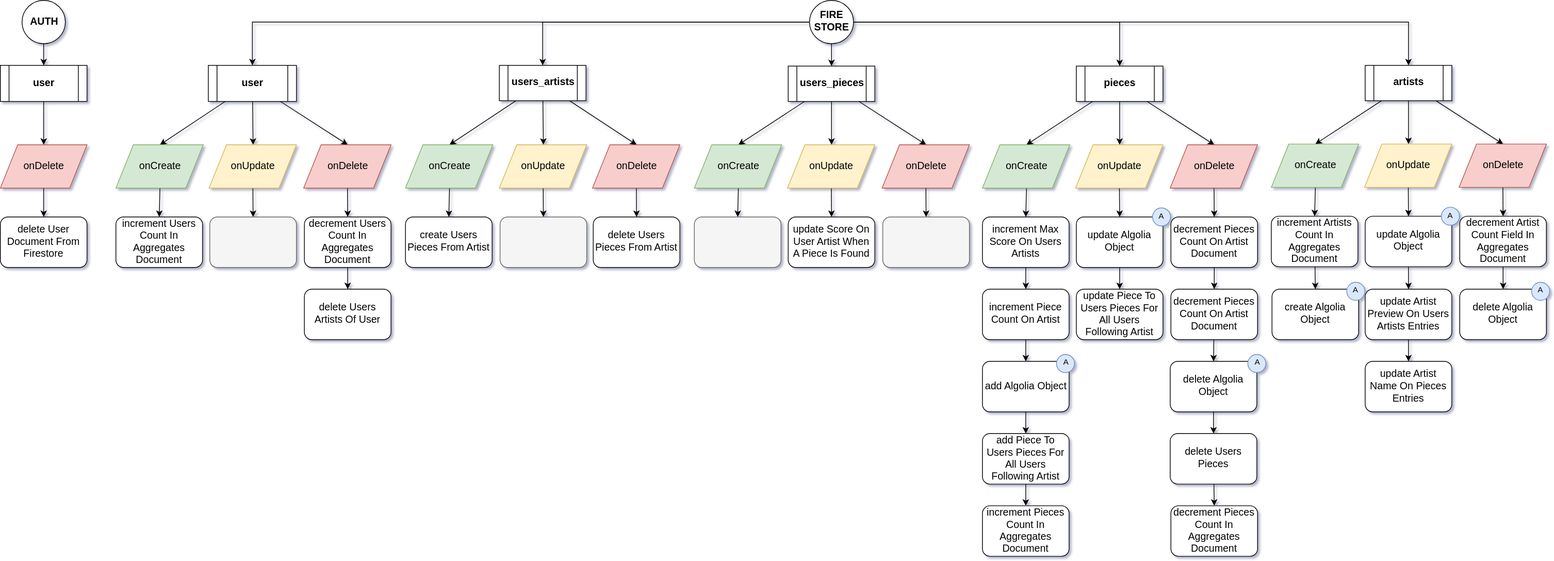
Earlier version of the draw.io export functions/resources/Functions flow diagram/Functions flow.svg (GaetanRoger/street-art-finder). Source tidied: cells renumbered, new cells last; positions are measured from the earlier drawing's top-left corner, leaving out a move shared by most shapes.
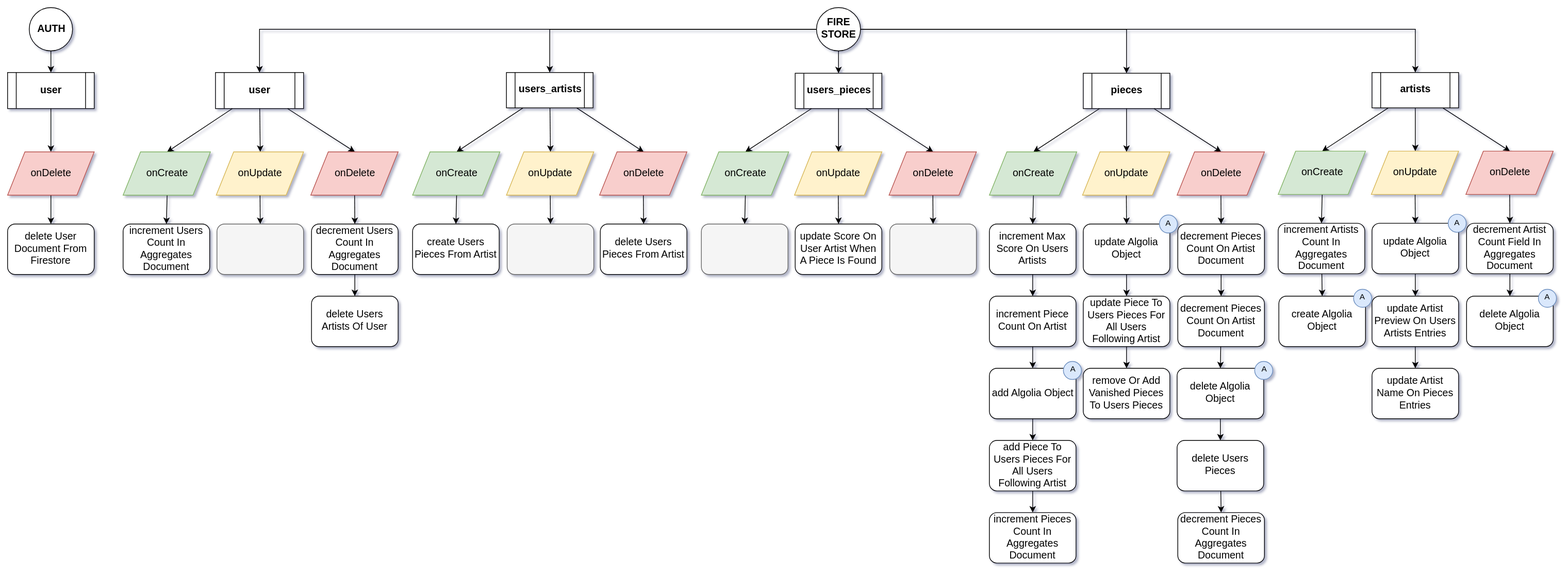
Above is the later version.

Commit message:
Better vanished management

Diff of the diagram source:
```diff
@@ -239,6 +239,9 @@
     <mxCell id="80" value="A" style="ellipse;whiteSpace=wrap;html=1;fontSize=11;fontColor=#000000;align=center;fillColor=#dae8fc;strokeColor=#6c8ebf;" parent="1" vertex="1">
       <mxGeometry x="1595" y="287.5" width="25" height="25" as="geometry" />
     </mxCell>
+    <mxCell id="114" style="edgeStyle=none;rounded=0;html=1;entryX=0.5;entryY=0;jettySize=auto;strokeColor=#000000;fontSize=10;fontColor=#000000;" parent="1" edge="1" source="81" target="115">
+      <mxGeometry relative="1" as="geometry" />
+    </mxCell>
     <mxCell id="81" value="update Piece To Users Pieces For All Users Following Artist" style="rounded=1;whiteSpace=wrap;html=1;fontSize=14;fontColor=#000000;align=center;" parent="1" vertex="1">
       <mxGeometry x="1490" y="400" width="120" height="70" as="geometry" />
     </mxCell>
@@ -338,5 +341,8 @@
     <mxCell id="113" value="A" style="ellipse;whiteSpace=wrap;html=1;fontSize=11;fontColor=#000000;align=center;fillColor=#dae8fc;strokeColor=#6c8ebf;" parent="1" vertex="1">
       <mxGeometry x="2120" y="390" width="25" height="25" as="geometry" />
     </mxCell>
+    <mxCell id="115" value="remove Or Add Vanished Pieces To Users Pieces" style="rounded=1;whiteSpace=wrap;html=1;fontSize=14;fontColor=#000000;align=center;" parent="1" vertex="1">
+      <mxGeometry x="1490" y="500" width="120" height="70" as="geometry" />
+    </mxCell>
   </root>
 </mxGraphModel>
```
